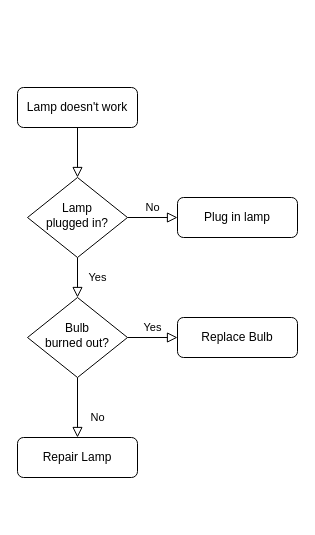
Squing0/Calculator keeps this draw.io diagram as ProjectRoadmap.drawio. Above is the earlier version. Source tidied: cells renumbered, new cells numbered last; positions are measured from the earlier drawing's top-left corner, leaving out a move shared by most shapes. Both pictures are drawn from the tidied source at 100%, with x=0, y=0 at pixel (17, 87).
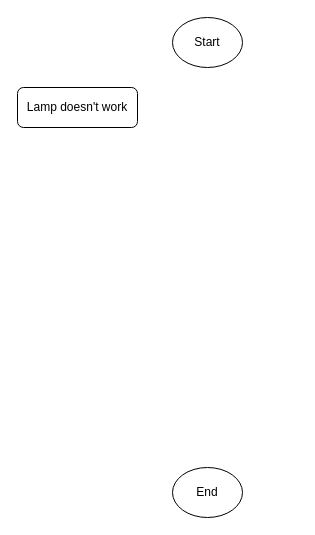
After the change.

Change to the diagram source:
```diff
@@
 <mxGraphModel>
   <root>
     <mxCell id="0" />
     <mxCell id="1" parent="0" />
-    <mxCell id="2" style="rounded=0;html=1;jettySize=auto;fontSize=11;endArrow=block;endFill=0;endSize=8;strokeWidth=1;shadow=0;labelBackgroundColor=none;edgeStyle=orthogonalEdgeStyle;" parent="1" edge="1" source="3" target="6">
-      <mxGeometry relative="1" as="geometry" />
-    </mxCell>
     <mxCell id="3" value="Lamp doesn't work" style="rounded=1;whiteSpace=wrap;html=1;fontSize=12;glass=0;strokeWidth=1;shadow=0;" parent="1" vertex="1">
       <mxGeometry width="120" height="40" as="geometry" />
     </mxCell>
-    <mxCell id="4" value="Yes" style="rounded=0;html=1;jettySize=auto;fontSize=11;endArrow=block;endFill=0;endSize=8;strokeWidth=1;shadow=0;labelBackgroundColor=none;edgeStyle=orthogonalEdgeStyle;" parent="1" edge="1" source="6" target="10">
-      <mxGeometry y="20" relative="1" as="geometry" />
-    </mxCell>
-    <mxCell id="5" value="No" style="edgeStyle=orthogonalEdgeStyle;rounded=0;html=1;jettySize=auto;fontSize=11;endArrow=block;endFill=0;endSize=8;strokeWidth=1;shadow=0;labelBackgroundColor=none;" parent="1" edge="1" source="6" target="7">
-      <mxGeometry y="10" relative="1" as="geometry" />
-    </mxCell>
-    <mxCell id="6" value="Lamp&lt;br&gt;plugged in?" style="rhombus;whiteSpace=wrap;html=1;shadow=0;fontFamily=Helvetica;fontSize=12;align=center;strokeWidth=1;spacing=6;spacingTop=-4;" parent="1" vertex="1">
-      <mxGeometry x="10" y="90" width="100" height="80" as="geometry" />
-    </mxCell>
-    <mxCell id="7" value="Plug in lamp" style="rounded=1;whiteSpace=wrap;html=1;fontSize=12;glass=0;strokeWidth=1;shadow=0;" parent="1" vertex="1">
-      <mxGeometry x="160" y="110" width="120" height="40" as="geometry" />
-    </mxCell>
-    <mxCell id="8" value="No" style="rounded=0;html=1;jettySize=auto;fontSize=11;endArrow=block;endFill=0;endSize=8;strokeWidth=1;shadow=0;labelBackgroundColor=none;edgeStyle=orthogonalEdgeStyle;" parent="1" edge="1" source="10" target="11">
-      <mxGeometry x="0.33" y="20" relative="1" as="geometry" />
-    </mxCell>
-    <mxCell id="9" value="Yes" style="edgeStyle=orthogonalEdgeStyle;rounded=0;html=1;jettySize=auto;fontSize=11;endArrow=block;endFill=0;endSize=8;strokeWidth=1;shadow=0;labelBackgroundColor=none;" parent="1" edge="1" source="10" target="12">
-      <mxGeometry y="10" relative="1" as="geometry" />
-    </mxCell>
-    <mxCell id="10" value="Bulb&lt;br&gt;burned out?" style="rhombus;whiteSpace=wrap;html=1;shadow=0;fontFamily=Helvetica;fontSize=12;align=center;strokeWidth=1;spacing=6;spacingTop=-4;" parent="1" vertex="1">
-      <mxGeometry x="10" y="210" width="100" height="80" as="geometry" />
-    </mxCell>
-    <mxCell id="11" value="Repair Lamp" style="rounded=1;whiteSpace=wrap;html=1;fontSize=12;glass=0;strokeWidth=1;shadow=0;" parent="1" vertex="1">
-      <mxGeometry y="350" width="120" height="40" as="geometry" />
-    </mxCell>
-    <mxCell id="12" value="Replace Bulb" style="rounded=1;whiteSpace=wrap;html=1;fontSize=12;glass=0;strokeWidth=1;shadow=0;" parent="1" vertex="1">
-      <mxGeometry x="160" y="230" width="120" height="40" as="geometry" />
-    </mxCell>
+    <mxCell id="13" value="Start" style="ellipse;whiteSpace=wrap;html=1;" parent="1" vertex="1">
+      <mxGeometry x="155" y="-70" width="70" height="50" as="geometry" />
+    </mxCell>
+    <mxCell id="14" value="End" style="ellipse;whiteSpace=wrap;html=1;" parent="1" vertex="1">
+      <mxGeometry x="155" y="380" width="70" height="50" as="geometry" />
+    </mxCell>
   </root>
 </mxGraphModel>
```
